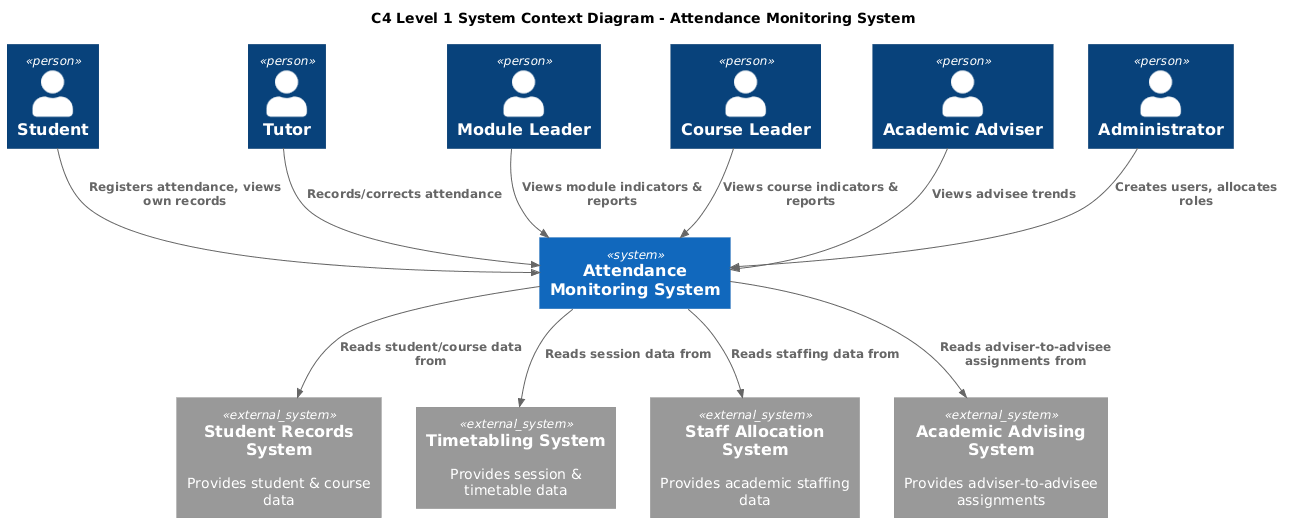
The PlantUML diagram out/diagrams/c4-level1-diagram/AttendanceMonitoringSystem.png in Shelly855/attendance-monitoring-copy, before a commit. Source of this version:
```plantuml
@startuml
!include <C4/C4_Context>
title C4 Level 1 System Context Diagram - Attendance Monitoring System
!include https://raw.githubusercontent.com/plantuml-stdlib/C4-PlantUML/master/C4_Context.puml

Person(student, "Student")
Person(tutor, "Tutor")
Person(moduleLeader, "Module Leader")
Person(courseLeader, "Course Leader")
Person(adviser, "Academic Adviser")
Person(admin, "Administrator")

System(ams, "Attendance Monitoring System")

System_Ext(studentRecords, "Student Records System", "Provides student & course data")
System_Ext(timetabling, "Timetabling System", "Provides session & timetable data")
System_Ext(staffAlloc, "Staff Allocation System", "Provides academic staffing data")
System_Ext(advising, "Academic Advising System", "Provides adviser-to-advisee assignments")

Rel(student, ams, "Registers attendance, views own records")
Rel(tutor, ams, "Records/corrects attendance")
Rel(moduleLeader, ams, "Views module indicators & reports")
Rel(courseLeader, ams, "Views course indicators & reports")
Rel(adviser, ams, "Views advisee trends")
Rel(admin, ams, "Creates users, allocates roles")

Rel(ams, studentRecords, "Reads student/course data from")
Rel(ams, timetabling, "Reads session data from")
Rel(ams, staffAlloc, "Reads staffing data from")
Rel(ams, advising, "Reads adviser-to-advisee assignments from")
@enduml
```
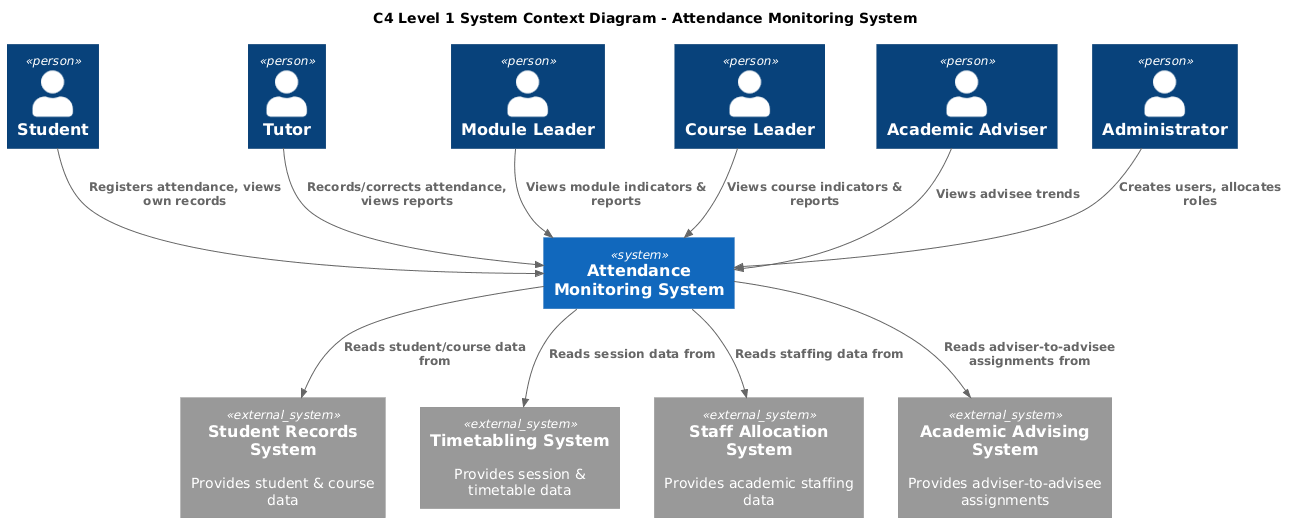
After the change.

Diff of the diagram source:
```diff
@@ -18,7 +18,7 @@
 System_Ext(advising, "Academic Advising System", "Provides adviser-to-advisee assignments")
 
 Rel(student, ams, "Registers attendance, views own records")
-Rel(tutor, ams, "Records/corrects attendance")
+Rel(tutor, ams, "Records/corrects attendance, views reports")
 Rel(moduleLeader, ams, "Views module indicators & reports")
 Rel(courseLeader, ams, "Views course indicators & reports")
 Rel(adviser, ams, "Views advisee trends")
```
